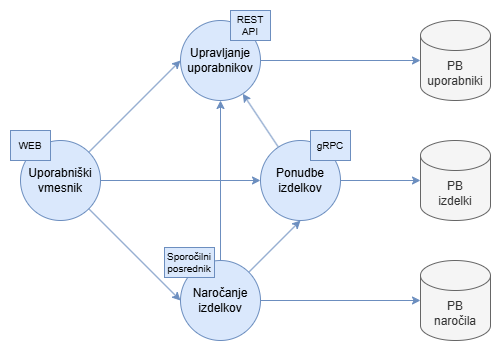
teol007/FreshLink keeps this draw.io diagram as documentation/FreshLink_architecture.png. Above is the earlier version. Source tidied: cells renumbered, new cells last; positions are measured from the earlier drawing's top-left corner, leaving out a move shared by most shapes.
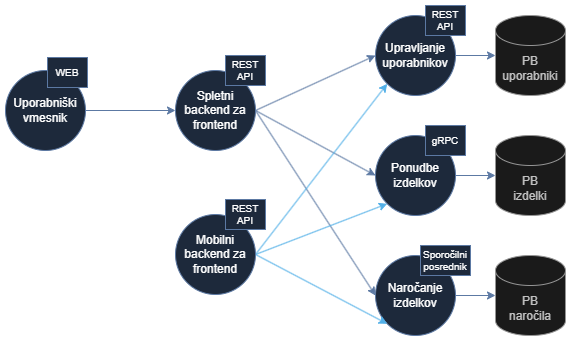
Later version of the same file.

Change to the diagram source:
```diff
@@ -2,65 +2,80 @@
   <root>
     <mxCell id="0" />
     <mxCell id="1" parent="0" />
+    <mxCell id="22" style="edgeStyle=none;shape=connector;rounded=0;jettySize=auto;html=1;exitX=1;exitY=0.5;exitDx=0;exitDy=0;entryX=0;entryY=0.5;entryDx=0;entryDy=0;strokeColor=#6c8ebf;align=center;verticalAlign=middle;fontFamily=Helvetica;fontSize=11;fontColor=default;labelBackgroundColor=default;endArrow=classic;fillColor=#dae8fc;" parent="1" edge="1" source="2" target="26">
+      <mxGeometry relative="1" as="geometry" />
+    </mxCell>
     <mxCell id="2" value="Uporabniški vmesnik" style="ellipse;whiteSpace=wrap;html=1;fillColor=#dae8fc;strokeColor=#6c8ebf;" parent="1" vertex="1">
-      <mxGeometry x="10" y="130" width="80" height="80" as="geometry" />
+      <mxGeometry x="40" y="75" width="80" height="80" as="geometry" />
     </mxCell>
-    <mxCell id="3" style="edgeStyle=orthogonalEdgeStyle;rounded=0;jettySize=auto;html=1;fillColor=#dae8fc;strokeColor=#6c8ebf;" parent="1" edge="1" source="4" target="15">
+    <mxCell id="3" style="rounded=0;jettySize=auto;html=1;fillColor=#dae8fc;strokeColor=#6c8ebf;" parent="1" edge="1" source="4" target="15">
       <mxGeometry relative="1" as="geometry" />
     </mxCell>
     <mxCell id="4" value="Upravljanje uporabnikov" style="ellipse;whiteSpace=wrap;html=1;fillColor=#dae8fc;strokeColor=#6c8ebf;" parent="1" vertex="1">
-      <mxGeometry x="170" y="10" width="80" height="80" as="geometry" />
+      <mxGeometry x="410" y="20" width="80" height="80" as="geometry" />
     </mxCell>
     <mxCell id="5" style="edgeStyle=orthogonalEdgeStyle;rounded=0;jettySize=auto;html=1;fillColor=#dae8fc;strokeColor=#6c8ebf;" parent="1" edge="1" source="8" target="17">
       <mxGeometry relative="1" as="geometry" />
     </mxCell>
-    <mxCell id="6" style="rounded=0;jettySize=auto;html=1;exitX=1;exitY=0;exitDx=0;exitDy=0;entryX=0.5;entryY=1;entryDx=0;entryDy=0;fillColor=#dae8fc;strokeColor=#6c8ebf;" parent="1" edge="1" source="8" target="11">
-      <mxGeometry relative="1" as="geometry" />
-    </mxCell>
-    <mxCell id="7" style="edgeStyle=none;shape=connector;rounded=0;jettySize=auto;html=1;exitX=0.5;exitY=0;exitDx=0;exitDy=0;entryX=0.5;entryY=1;entryDx=0;entryDy=0;strokeColor=#6c8ebf;align=center;verticalAlign=middle;fontFamily=Helvetica;fontSize=11;fontColor=default;labelBackgroundColor=default;endArrow=classic;fillColor=#dae8fc;" parent="1" edge="1" source="8" target="4">
-      <mxGeometry relative="1" as="geometry" />
-    </mxCell>
     <mxCell id="8" value="Naročanje izdelkov" style="ellipse;whiteSpace=wrap;html=1;fillColor=#dae8fc;strokeColor=#6c8ebf;" parent="1" vertex="1">
-      <mxGeometry x="170" y="250" width="80" height="80" as="geometry" />
+      <mxGeometry x="410" y="260" width="80" height="80" as="geometry" />
     </mxCell>
     <mxCell id="9" style="edgeStyle=orthogonalEdgeStyle;rounded=0;jettySize=auto;html=1;fillColor=#dae8fc;strokeColor=#6c8ebf;" parent="1" edge="1" source="11" target="16">
       <mxGeometry relative="1" as="geometry" />
     </mxCell>
-    <mxCell id="10" style="rounded=0;jettySize=auto;html=1;fillColor=#dae8fc;strokeColor=#6c8ebf;" parent="1" edge="1" source="11" target="4">
-      <mxGeometry relative="1" as="geometry" />
-    </mxCell>
     <mxCell id="11" value="Ponudbe izdelkov" style="ellipse;whiteSpace=wrap;html=1;fillColor=#dae8fc;strokeColor=#6c8ebf;" parent="1" vertex="1">
-      <mxGeometry x="250" y="130" width="80" height="80" as="geometry" />
+      <mxGeometry x="410" y="140" width="80" height="80" as="geometry" />
     </mxCell>
-    <mxCell id="12" style="endArrow=classic;html=1;rounded=0;exitX=1;exitY=0;exitDx=0;exitDy=0;entryX=0;entryY=0.5;entryDx=0;entryDy=0;startArrow=none;startFill=0;endFill=1;fillColor=#dae8fc;strokeColor=#6c8ebf;" parent="1" edge="1" source="2" target="4">
-      <mxGeometry relative="1" as="geometry" />
-    </mxCell>
-    <mxCell id="13" style="endArrow=classic;html=1;rounded=0;exitX=1;exitY=0.5;exitDx=0;exitDy=0;startArrow=none;startFill=0;endFill=1;fillColor=#dae8fc;strokeColor=#6c8ebf;" parent="1" edge="1" source="2" target="11">
-      <mxGeometry relative="1" as="geometry" />
-    </mxCell>
-    <mxCell id="14" style="endArrow=classic;html=1;rounded=0;exitX=1;exitY=1;exitDx=0;exitDy=0;entryX=0;entryY=0.5;entryDx=0;entryDy=0;startArrow=none;startFill=0;endFill=1;fillColor=#dae8fc;strokeColor=#6c8ebf;" parent="1" edge="1" source="2" target="8">
-      <mxGeometry relative="1" as="geometry" />
-    </mxCell>
     <mxCell id="15" value="PB&lt;div&gt;uporabniki&lt;/div&gt;" style="shape=cylinder3;whiteSpace=wrap;html=1;boundedLbl=1;backgroundOutline=1;size=15;fillColor=#f5f5f5;strokeColor=#666666;fontColor=#333333;" parent="1" vertex="1">
-      <mxGeometry x="410" y="10" width="70" height="80" as="geometry" />
+      <mxGeometry x="530" y="20" width="70" height="80" as="geometry" />
     </mxCell>
     <mxCell id="16" value="PB&lt;div&gt;izdelki&lt;/div&gt;" style="shape=cylinder3;whiteSpace=wrap;html=1;boundedLbl=1;backgroundOutline=1;size=15;fillColor=#f5f5f5;strokeColor=#666666;fontColor=#333333;" parent="1" vertex="1">
-      <mxGeometry x="410" y="130" width="70" height="80" as="geometry" />
+      <mxGeometry x="530" y="140" width="70" height="80" as="geometry" />
     </mxCell>
     <mxCell id="17" value="PB&lt;div&gt;naročila&lt;/div&gt;" style="shape=cylinder3;whiteSpace=wrap;html=1;boundedLbl=1;backgroundOutline=1;size=15;fillColor=#f5f5f5;strokeColor=#666666;fontColor=#333333;" parent="1" vertex="1">
-      <mxGeometry x="410" y="250" width="70" height="80" as="geometry" />
+      <mxGeometry x="530" y="260" width="70" height="80" as="geometry" />
     </mxCell>
     <mxCell id="18" value="gRPC" style="rounded=0;whiteSpace=wrap;html=1;fontFamily=Helvetica;fontSize=10;labelBackgroundColor=none;fillColor=#dae8fc;strokeColor=#6c8ebf;" parent="1" vertex="1">
-      <mxGeometry x="300" y="120" width="40" height="30" as="geometry" />
+      <mxGeometry x="460" y="130" width="40" height="30" as="geometry" />
     </mxCell>
     <mxCell id="19" value="Sporočilni posrednik" style="rounded=0;whiteSpace=wrap;html=1;fontFamily=Helvetica;fontSize=10;labelBackgroundColor=none;fillColor=#dae8fc;strokeColor=#6c8ebf;" parent="1" vertex="1">
-      <mxGeometry x="154" y="237" width="50" height="30" as="geometry" />
+      <mxGeometry x="455" y="250" width="50" height="30" as="geometry" />
     </mxCell>
     <mxCell id="20" value="REST API" style="rounded=0;whiteSpace=wrap;html=1;fontFamily=Helvetica;fontSize=10;labelBackgroundColor=none;fillColor=#dae8fc;strokeColor=#6c8ebf;" parent="1" vertex="1">
-      <mxGeometry x="220" width="40" height="30" as="geometry" />
+      <mxGeometry x="460" y="10" width="40" height="30" as="geometry" />
     </mxCell>
     <mxCell id="21" value="WEB" style="rounded=0;whiteSpace=wrap;html=1;fontFamily=Helvetica;fontSize=10;labelBackgroundColor=none;fillColor=#dae8fc;strokeColor=#6c8ebf;" parent="1" vertex="1">
-      <mxGeometry y="120" width="40" height="30" as="geometry" />
+      <mxGeometry x="82" y="62" width="40" height="30" as="geometry" />
     </mxCell>
+    <mxCell id="23" style="edgeStyle=none;shape=connector;rounded=0;jettySize=auto;html=1;exitX=1;exitY=0.5;exitDx=0;exitDy=0;entryX=0;entryY=0.5;entryDx=0;entryDy=0;strokeColor=#6c8ebf;align=center;verticalAlign=middle;fontFamily=Helvetica;fontSize=11;fontColor=default;labelBackgroundColor=default;endArrow=classic;fillColor=#dae8fc;" parent="1" edge="1" source="26" target="4">
+      <mxGeometry relative="1" as="geometry" />
+    </mxCell>
+    <mxCell id="24" style="edgeStyle=none;shape=connector;rounded=0;jettySize=auto;html=1;exitX=1;exitY=0.5;exitDx=0;exitDy=0;entryX=0;entryY=0.5;entryDx=0;entryDy=0;strokeColor=#6c8ebf;align=center;verticalAlign=middle;fontFamily=Helvetica;fontSize=11;fontColor=default;labelBackgroundColor=default;endArrow=classic;fillColor=#dae8fc;" parent="1" edge="1" source="26" target="11">
+      <mxGeometry relative="1" as="geometry" />
+    </mxCell>
+    <mxCell id="25" style="edgeStyle=none;shape=connector;rounded=0;jettySize=auto;html=1;exitX=1;exitY=0.5;exitDx=0;exitDy=0;entryX=0;entryY=0.5;entryDx=0;entryDy=0;strokeColor=#6c8ebf;align=center;verticalAlign=middle;fontFamily=Helvetica;fontSize=11;fontColor=default;labelBackgroundColor=default;endArrow=classic;fillColor=#dae8fc;" parent="1" edge="1" source="26" target="8">
+      <mxGeometry relative="1" as="geometry" />
+    </mxCell>
+    <mxCell id="26" value="Spletni&lt;div&gt;backend za frontend&lt;/div&gt;" style="ellipse;whiteSpace=wrap;html=1;fillColor=#dae8fc;strokeColor=#6c8ebf;" parent="1" vertex="1">
+      <mxGeometry x="210" y="75" width="80" height="80" as="geometry" />
+    </mxCell>
+    <mxCell id="27" value="REST API" style="rounded=0;whiteSpace=wrap;html=1;fontFamily=Helvetica;fontSize=10;labelBackgroundColor=none;fillColor=#dae8fc;strokeColor=#6c8ebf;" parent="1" vertex="1">
+      <mxGeometry x="260" y="60" width="40" height="30" as="geometry" />
+    </mxCell>
+    <mxCell id="28" style="edgeStyle=none;shape=connector;rounded=0;jettySize=auto;html=1;exitX=1;exitY=0.5;exitDx=0;exitDy=0;entryX=0;entryY=1;entryDx=0;entryDy=0;strokeColor=#006EAF;align=center;verticalAlign=middle;fontFamily=Helvetica;fontSize=11;fontColor=default;labelBackgroundColor=default;endArrow=classic;fillColor=#1ba1e2;" parent="1" edge="1" source="31" target="4">
+      <mxGeometry relative="1" as="geometry" />
+    </mxCell>
+    <mxCell id="29" style="edgeStyle=none;shape=connector;rounded=0;jettySize=auto;html=1;exitX=1;exitY=0.5;exitDx=0;exitDy=0;entryX=0;entryY=1;entryDx=0;entryDy=0;strokeColor=#006EAF;align=center;verticalAlign=middle;fontFamily=Helvetica;fontSize=11;fontColor=default;labelBackgroundColor=default;endArrow=classic;fillColor=#1ba1e2;" parent="1" edge="1" source="31" target="11">
+      <mxGeometry relative="1" as="geometry" />
+    </mxCell>
+    <mxCell id="30" style="edgeStyle=none;shape=connector;rounded=0;jettySize=auto;html=1;exitX=1;exitY=0.5;exitDx=0;exitDy=0;entryX=0;entryY=1;entryDx=0;entryDy=0;strokeColor=#006EAF;align=center;verticalAlign=middle;fontFamily=Helvetica;fontSize=11;fontColor=default;labelBackgroundColor=default;endArrow=classic;fillColor=#1ba1e2;" parent="1" edge="1" source="31" target="8">
+      <mxGeometry relative="1" as="geometry" />
+    </mxCell>
+    <mxCell id="31" value="Mobilni&lt;div&gt;backend za frontend&lt;/div&gt;" style="ellipse;whiteSpace=wrap;html=1;fillColor=#dae8fc;strokeColor=#6c8ebf;" parent="1" vertex="1">
+      <mxGeometry x="210" y="219" width="80" height="80" as="geometry" />
+    </mxCell>
+    <mxCell id="32" value="REST API" style="rounded=0;whiteSpace=wrap;html=1;fontFamily=Helvetica;fontSize=10;labelBackgroundColor=none;fillColor=#dae8fc;strokeColor=#6c8ebf;" parent="1" vertex="1">
+      <mxGeometry x="260" y="204" width="40" height="30" as="geometry" />
+    </mxCell>
   </root>
 </mxGraphModel>
```
